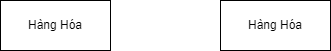
Earlier version of the draw.io export er.drawio.png (itztamie/mohinherd). Source tidied: cells renumbered, new cells last; positions are measured from the earlier drawing's top-left corner, leaving out a move shared by most shapes.
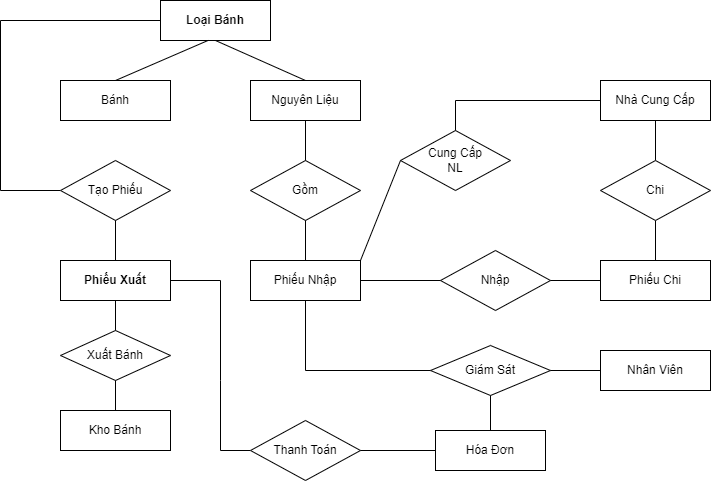
The same diagram one commit later.

Diff of the diagram source:
```diff
@@ -2,11 +2,158 @@
   <root>
     <mxCell id="0" />
     <mxCell id="1" parent="0" />
-    <mxCell id="2" value="Hàng Hóa" style="rounded=0;whiteSpace=wrap;html=1;" parent="1" vertex="1">
-      <mxGeometry width="110" height="50" as="geometry" />
+    <mxCell id="2" value="&lt;b&gt;Loại Bánh&lt;/b&gt;" style="rounded=0;whiteSpace=wrap;html=1;" parent="1" vertex="1">
+      <mxGeometry width="110" height="40" as="geometry" />
     </mxCell>
-    <mxCell id="3" value="Hàng Hóa" style="rounded=0;whiteSpace=wrap;html=1;" parent="1" vertex="1">
-      <mxGeometry x="220" width="110" height="50" as="geometry" />
-    </mxCell>
+    <mxCell id="4" value="Nguyên Liệu" style="rounded=0;whiteSpace=wrap;html=1;" parent="1" vertex="1">
+      <mxGeometry x="90" y="80" width="110" height="40" as="geometry" />
+    </mxCell>
+    <mxCell id="5" value="Kho Bánh" style="rounded=0;whiteSpace=wrap;html=1;" parent="1" vertex="1">
+      <mxGeometry x="-100" y="410" width="110" height="40" as="geometry" />
+    </mxCell>
+    <mxCell id="6" value="&lt;b&gt;Phiếu Xuất&lt;/b&gt;" style="rounded=0;whiteSpace=wrap;html=1;" parent="1" vertex="1">
+      <mxGeometry x="-100" y="260" width="110" height="40" as="geometry" />
+    </mxCell>
+    <mxCell id="7" value="Hóa Đơn" style="rounded=0;whiteSpace=wrap;html=1;" parent="1" vertex="1">
+      <mxGeometry x="275" y="430" width="110" height="40" as="geometry" />
+    </mxCell>
+    <mxCell id="8" value="Nhân Viên" style="rounded=0;whiteSpace=wrap;html=1;" parent="1" vertex="1">
+      <mxGeometry x="440" y="350" width="110" height="40" as="geometry" />
+    </mxCell>
+    <mxCell id="9" value="Nhà Cung Cấp" style="rounded=0;whiteSpace=wrap;html=1;" parent="1" vertex="1">
+      <mxGeometry x="440" y="80" width="110" height="40" as="geometry" />
+    </mxCell>
+    <mxCell id="10" value="Phiếu Chi" style="rounded=0;whiteSpace=wrap;html=1;" parent="1" vertex="1">
+      <mxGeometry x="440" y="260" width="110" height="40" as="geometry" />
+    </mxCell>
+    <mxCell id="11" value="Bánh" style="rounded=0;whiteSpace=wrap;html=1;" parent="1" vertex="1">
+      <mxGeometry x="-100" y="80" width="110" height="40" as="geometry" />
+    </mxCell>
+    <mxCell id="12" style="endArrow=none;html=1;rounded=0;exitX=0.5;exitY=0;exitDx=0;exitDy=0;entryX=0.435;entryY=0.996;entryDx=0;entryDy=0;entryPerimeter=0;" parent="1" edge="1" source="11" target="2">
+      <mxGeometry relative="1" as="geometry" />
+    </mxCell>
+    <mxCell id="13" style="endArrow=none;html=1;rounded=0;entryX=0.5;entryY=1;entryDx=0;entryDy=0;exitX=0.5;exitY=0;exitDx=0;exitDy=0;" parent="1" edge="1" source="4" target="2">
+      <mxGeometry relative="1" as="geometry" />
+    </mxCell>
+    <mxCell id="14" style="endArrow=none;html=1;rounded=0;entryX=0;entryY=0.5;entryDx=0;entryDy=0;" parent="1" edge="1" target="2">
+      <mxGeometry relative="1" as="geometry">
+        <mxPoint x="-160" y="190" as="sourcePoint" />
+        <Array as="points">
+          <mxPoint x="-160" y="20" />
+        </Array>
+      </mxGeometry>
+    </mxCell>
+    <mxCell id="15" style="endArrow=none;html=1;rounded=0;entryX=0;entryY=0.5;entryDx=0;entryDy=0;" parent="1" edge="1" target="16">
+      <mxGeometry relative="1" as="geometry">
+        <mxPoint x="-160" y="190" as="sourcePoint" />
+      </mxGeometry>
+    </mxCell>
+    <mxCell id="16" value="Tạo Phiếu" style="rhombus;whiteSpace=wrap;html=1;" parent="1" vertex="1">
+      <mxGeometry x="-100" y="160" width="110" height="60" as="geometry" />
+    </mxCell>
+    <mxCell id="17" value="Giám Sát" style="rhombus;whiteSpace=wrap;html=1;" parent="1" vertex="1">
+      <mxGeometry x="270" y="345" width="120" height="50" as="geometry" />
+    </mxCell>
+    <mxCell id="18" style="endArrow=none;html=1;rounded=0;exitX=0.5;exitY=0;exitDx=0;exitDy=0;entryX=0.5;entryY=1;entryDx=0;entryDy=0;" parent="1" edge="1" source="6" target="16">
+      <mxGeometry relative="1" as="geometry" />
+    </mxCell>
+    <mxCell id="19" value="Xuất Bánh" style="rhombus;whiteSpace=wrap;html=1;" parent="1" vertex="1">
+      <mxGeometry x="-100" y="330" width="110" height="50" as="geometry" />
+    </mxCell>
+    <mxCell id="20" style="endArrow=none;html=1;rounded=0;entryX=0.5;entryY=1;entryDx=0;entryDy=0;exitX=0.5;exitY=0;exitDx=0;exitDy=0;" parent="1" edge="1" source="19" target="6">
+      <mxGeometry relative="1" as="geometry" />
+    </mxCell>
+    <mxCell id="21" style="endArrow=none;html=1;rounded=0;" parent="1" edge="1">
+      <mxGeometry relative="1" as="geometry">
+        <mxPoint x="210" y="230" as="sourcePoint" />
+        <mxPoint x="210" y="230" as="targetPoint" />
+      </mxGeometry>
+    </mxCell>
+    <mxCell id="22" style="endArrow=none;html=1;rounded=0;entryX=0.5;entryY=1;entryDx=0;entryDy=0;exitX=0.5;exitY=0;exitDx=0;exitDy=0;" parent="1" edge="1" source="5" target="19">
+      <mxGeometry relative="1" as="geometry" />
+    </mxCell>
+    <mxCell id="23" value="Gồm" style="rhombus;whiteSpace=wrap;html=1;" parent="1" vertex="1">
+      <mxGeometry x="90" y="160" width="110" height="60" as="geometry" />
+    </mxCell>
+    <mxCell id="24" style="endArrow=none;html=1;rounded=0;entryX=0.5;entryY=1;entryDx=0;entryDy=0;exitX=0.5;exitY=0;exitDx=0;exitDy=0;" parent="1" edge="1" source="23" target="4">
+      <mxGeometry relative="1" as="geometry" />
+    </mxCell>
+    <mxCell id="25" style="endArrow=none;html=1;rounded=0;entryX=0.5;entryY=1;entryDx=0;entryDy=0;" parent="1" edge="1" source="27" target="23">
+      <mxGeometry relative="1" as="geometry" />
+    </mxCell>
+    <mxCell id="26" style="endArrow=none;html=1;rounded=0;entryX=0.5;entryY=1;entryDx=0;entryDy=0;" parent="1" edge="1" target="27">
+      <mxGeometry relative="1" as="geometry">
+        <mxPoint x="145" y="280" as="sourcePoint" />
+      </mxGeometry>
+    </mxCell>
+    <mxCell id="27" value="Phiếu Nhập" style="rounded=0;whiteSpace=wrap;html=1;" parent="1" vertex="1">
+      <mxGeometry x="90" y="260" width="110" height="40" as="geometry" />
+    </mxCell>
+    <mxCell id="28" style="endArrow=none;html=1;rounded=0;exitX=1;exitY=0.5;exitDx=0;exitDy=0;" parent="1" edge="1" source="6">
+      <mxGeometry relative="1" as="geometry">
+        <mxPoint x="60" y="380" as="targetPoint" />
+        <Array as="points">
+          <mxPoint x="60" y="280" />
+        </Array>
+      </mxGeometry>
+    </mxCell>
+    <mxCell id="29" style="endArrow=none;html=1;rounded=0;entryX=0;entryY=0.5;entryDx=0;entryDy=0;" parent="1" edge="1" target="30">
+      <mxGeometry relative="1" as="geometry">
+        <mxPoint x="60" y="380" as="sourcePoint" />
+        <Array as="points">
+          <mxPoint x="60" y="450" />
+        </Array>
+      </mxGeometry>
+    </mxCell>
+    <mxCell id="30" value="Thanh Toán" style="rhombus;whiteSpace=wrap;html=1;" parent="1" vertex="1">
+      <mxGeometry x="90" y="420" width="110" height="60" as="geometry" />
+    </mxCell>
+    <mxCell id="31" style="endArrow=none;html=1;rounded=0;exitX=1;exitY=0.5;exitDx=0;exitDy=0;" parent="1" edge="1" source="30" target="7">
+      <mxGeometry relative="1" as="geometry" />
+    </mxCell>
+    <mxCell id="32" value="Nhập" style="rhombus;whiteSpace=wrap;html=1;" parent="1" vertex="1">
+      <mxGeometry x="280" y="250" width="110" height="60" as="geometry" />
+    </mxCell>
+    <mxCell id="33" style="endArrow=none;html=1;rounded=0;exitX=1;exitY=0.5;exitDx=0;exitDy=0;entryX=0;entryY=0.5;entryDx=0;entryDy=0;" parent="1" edge="1" source="27" target="32">
+      <mxGeometry relative="1" as="geometry" />
+    </mxCell>
+    <mxCell id="34" style="endArrow=none;html=1;rounded=0;exitX=1;exitY=0.5;exitDx=0;exitDy=0;entryX=0;entryY=0.5;entryDx=0;entryDy=0;" parent="1" edge="1" source="32" target="10">
+      <mxGeometry relative="1" as="geometry" />
+    </mxCell>
+    <mxCell id="35" style="endArrow=none;html=1;rounded=0;entryX=0.5;entryY=1;entryDx=0;entryDy=0;exitX=0.5;exitY=0;exitDx=0;exitDy=0;" parent="1" edge="1" source="39" target="9">
+      <mxGeometry relative="1" as="geometry" />
+    </mxCell>
+    <mxCell id="36" value="Cung Cấp&lt;br&gt;NL" style="rhombus;whiteSpace=wrap;html=1;" parent="1" vertex="1">
+      <mxGeometry x="240" y="130" width="110" height="60" as="geometry" />
+    </mxCell>
+    <mxCell id="37" style="endArrow=none;html=1;rounded=0;entryX=0;entryY=0.5;entryDx=0;entryDy=0;exitX=0.5;exitY=0;exitDx=0;exitDy=0;" parent="1" edge="1" source="36" target="9">
+      <mxGeometry relative="1" as="geometry">
+        <Array as="points">
+          <mxPoint x="295" y="100" />
+        </Array>
+      </mxGeometry>
+    </mxCell>
+    <mxCell id="38" style="endArrow=none;html=1;rounded=0;entryX=0.5;entryY=1;entryDx=0;entryDy=0;exitX=0.5;exitY=0;exitDx=0;exitDy=0;" parent="1" edge="1" source="10" target="39">
+      <mxGeometry relative="1" as="geometry" />
+    </mxCell>
+    <mxCell id="39" value="Chi" style="rhombus;whiteSpace=wrap;html=1;" parent="1" vertex="1">
+      <mxGeometry x="440" y="160" width="110" height="60" as="geometry" />
+    </mxCell>
+    <mxCell id="40" style="endArrow=none;html=1;rounded=0;exitX=1;exitY=0;exitDx=0;exitDy=0;entryX=0;entryY=0.5;entryDx=0;entryDy=0;" parent="1" edge="1" source="27" target="36">
+      <mxGeometry relative="1" as="geometry" />
+    </mxCell>
+    <mxCell id="41" style="endArrow=none;html=1;rounded=0;entryX=0;entryY=0.5;entryDx=0;entryDy=0;exitX=1;exitY=0.5;exitDx=0;exitDy=0;" parent="1" edge="1" source="17" target="8">
+      <mxGeometry relative="1" as="geometry" />
+    </mxCell>
+    <mxCell id="42" style="endArrow=none;html=1;rounded=0;exitX=0.5;exitY=1;exitDx=0;exitDy=0;entryX=0;entryY=0.5;entryDx=0;entryDy=0;" parent="1" edge="1" source="27" target="17">
+      <mxGeometry relative="1" as="geometry">
+        <Array as="points">
+          <mxPoint x="145" y="370" />
+        </Array>
+      </mxGeometry>
+    </mxCell>
+    <mxCell id="43" style="endArrow=none;html=1;rounded=0;entryX=0.5;entryY=1;entryDx=0;entryDy=0;exitX=0.5;exitY=0;exitDx=0;exitDy=0;" parent="1" edge="1" source="7" target="17">
+      <mxGeometry relative="1" as="geometry" />
+    </mxCell>
   </root>
 </mxGraphModel>
```
